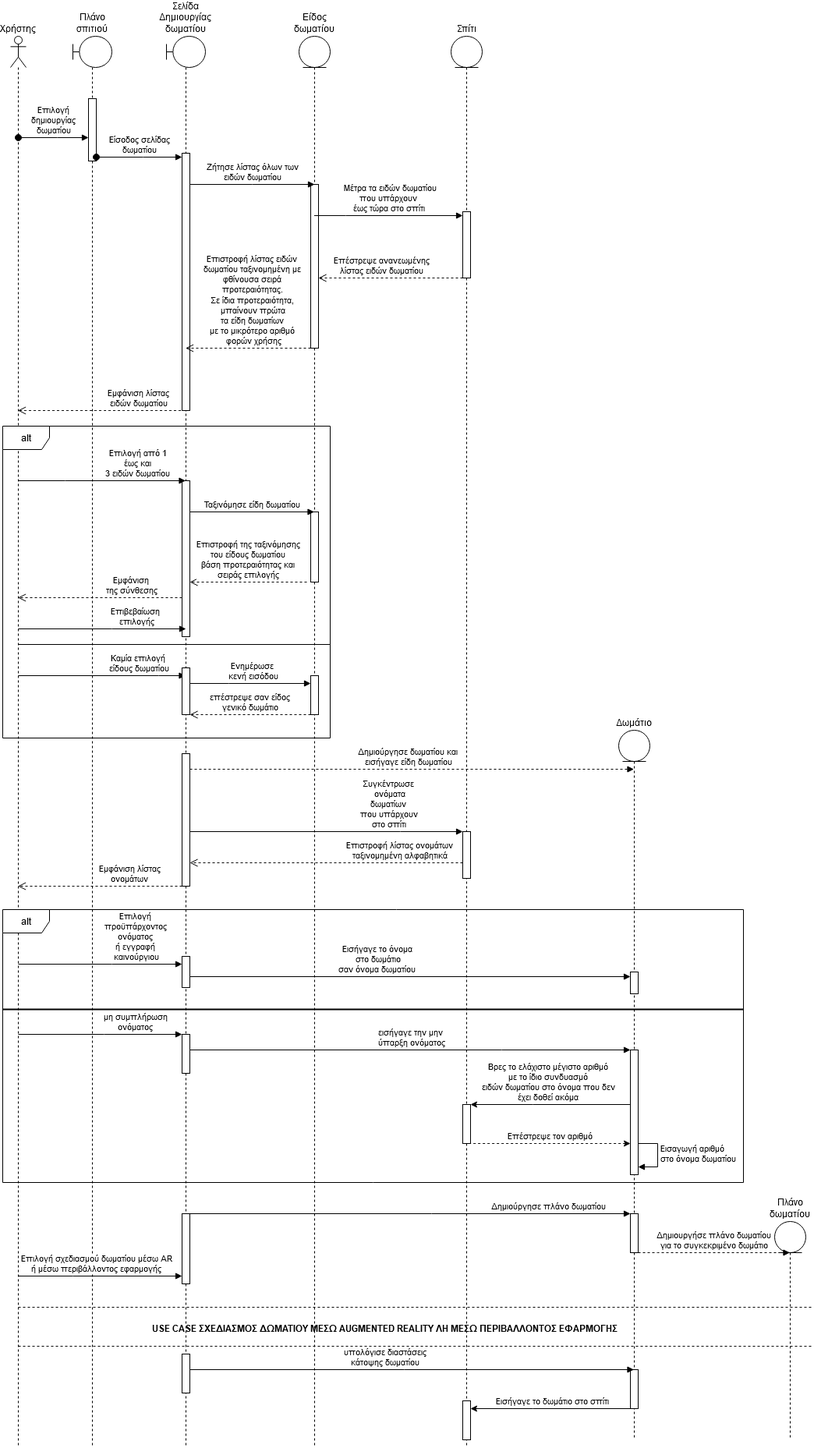
Earlier version of the draw.io export Παραδοτέο 4/Sequences diagrams/Δημιουργία δωματίου Sequence diagram.drawio.png (DimitraM/Room_Design). Source tidied: cells renumbered, new cells last; positions are measured from the earlier drawing's top-left corner, leaving out a move shared by most shapes.
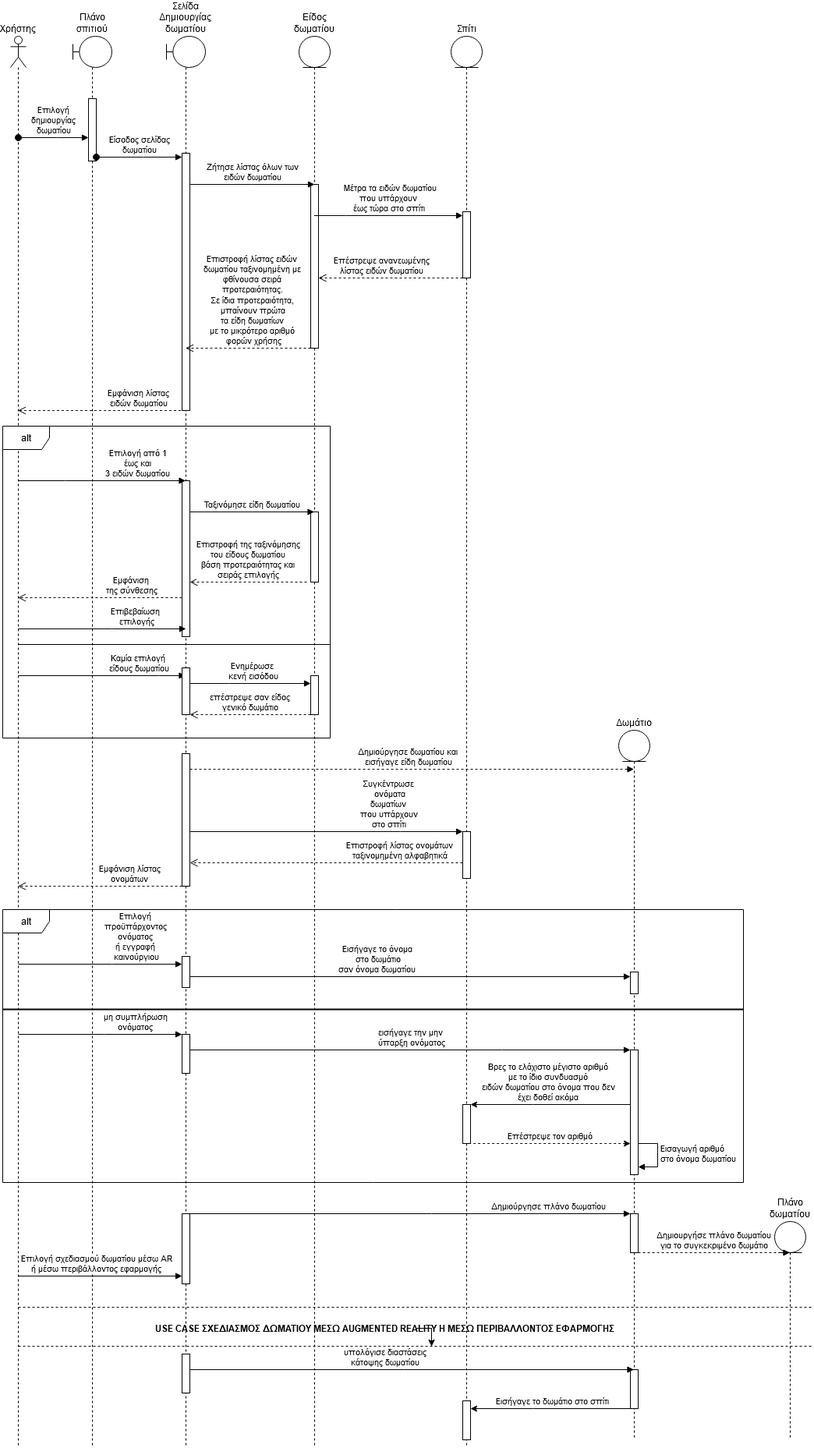
The same file after the commit.

Commit message:
Διόρθωση ορθογραφικού

What changed in the source:
```diff
@@ -349,7 +349,13 @@
     <mxCell id="63" style="line;strokeWidth=1;fillColor=none;align=left;verticalAlign=middle;spacingTop=-1;spacingLeft=3;spacingRight=3;labelPosition=right;points=[];portConstraint=eastwest;strokeColor=inherit;dashed=1;" parent="1" vertex="1">
       <mxGeometry x="20" y="1670" width="1020" height="20" as="geometry" />
     </mxCell>
+    <mxCell id="67" style="edgeStyle=orthogonalEdgeStyle;rounded=0;jettySize=auto;html=1;" parent="1" edge="1" source="64" target="63">
+      <mxGeometry relative="1" as="geometry" />
+    </mxCell>
+    <mxCell id="68" style="edgeStyle=orthogonalEdgeStyle;rounded=0;jettySize=auto;html=1;" parent="1" edge="1" source="64" target="63">
+      <mxGeometry relative="1" as="geometry" />
+    </mxCell>
-    <mxCell id="64" value="USE CASE ΣΧΕΔΙΑΣΜΟΣ ΔΩΜΑΤΙΟΥ ΜΕΣΩ ΑUGMENTED REALITY ΛΗ ΜΕΣΩ ΠΕΡΙΒΑΛΛΟΝΤΟΣ ΕΦΑΡΜΟΓΗΣ" style="text;align=center;fontStyle=1;verticalAlign=middle;spacingLeft=3;spacingRight=3;strokeColor=none;points=[[0,0.5],[1,0.5]];portConstraint=eastwest;html=1;" parent="1" vertex="1">
+    <mxCell id="64" value="USE CASE ΣΧΕΔΙΑΣΜΟΣ ΔΩΜΑΤΙΟΥ ΜΕΣΩ ΑUGMENTED REALITY Η ΜΕΣΩ ΠΕΡΙΒΑΛΛΟΝΤΟΣ ΕΦΑΡΜΟΓΗΣ" style="text;align=center;fontStyle=1;verticalAlign=middle;spacingLeft=3;spacingRight=3;strokeColor=none;points=[[0,0.5],[1,0.5]];portConstraint=eastwest;html=1;" parent="1" vertex="1">
       <mxGeometry x="450" y="1644" width="80" height="26" as="geometry" />
     </mxCell>
     <mxCell id="65" value="&lt;div&gt;υπολόγισε διαστάσεις &lt;br&gt;&lt;/div&gt;&lt;div&gt;κάτοψης δωματίου&lt;/div&gt;" style="html=1;verticalAlign=bottom;endArrow=block;edgeStyle=elbowEdgeStyle;elbow=vertical;curved=0;rounded=0;" parent="1" edge="1" target="29">
```
